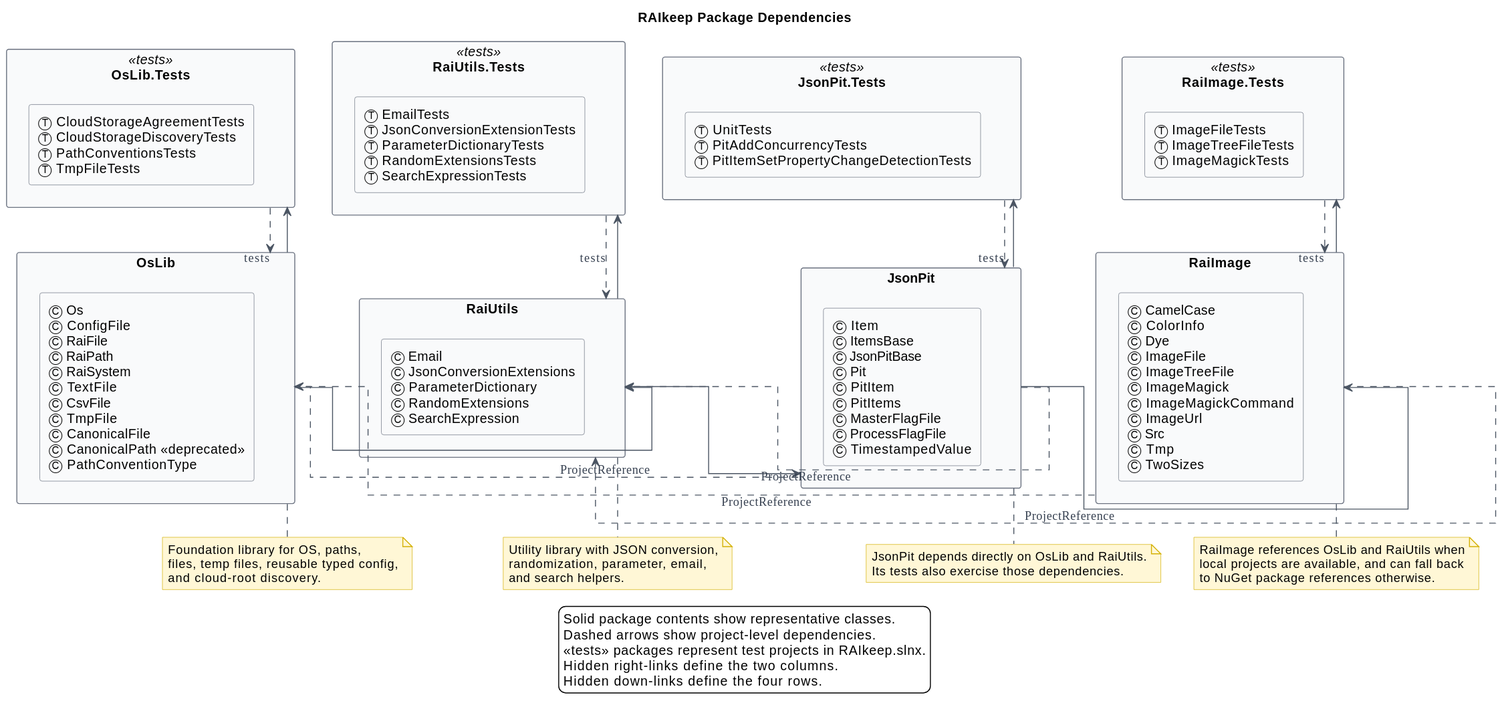
This is RAIkeep-Package-Dependencies.svg from Burkhardt/RAIkeep, a PlantUML export, as it was before one commit. The source it was exported from:
```plantuml
@startuml
title RAIkeep Package Dependencies

top to bottom direction

skinparam backgroundColor white
skinparam shadowing false
skinparam packageStyle rectangle
skinparam linetype ortho
skinparam DiagramFontName "Casual"
skinparam DiagramFontSize 36
skinparam ClassFontName "Casual"
skinparam ClassFontSize 28
skinparam ClassAttributeIconSize 10
skinparam ClassAttributeFontName Casual
skinparam ClassAttributeFontColor #053583
skinparam ClassAttributeFontWeight normal
skinparam ClassAttributeFontSize 12
skinparam ClassMethodFontName "Casual"
skinparam ClassMethodFontSize 12
skinparam ClassMethodFontWeight 500
skinparam ClassAttributeFontStyle normal
skinparam ArrowColor #4b5563
skinparam PackageBorderColor #1f2937
skinparam PackageFontColor #111827
skinparam PackageFontName "Casual"
skinparam ClassBorderColor #6b7280
skinparam ClassBackgroundColor #f9fafb
skinparam EnumBorderColor #b45309
skinparam EnumBackgroundColor #fef3c7
skinparam EnumFontColor #7c2d12
skinparam RectangleBorderColor #6b7280
skinparam RectangleBackgroundColor #f9fafb
skinparam NoteBackgroundColor #fff7d6
skinparam NoteBorderColor #d4b106
skinparam ArrowFontColor #374151
skinparam ArrowFontName "Casual"

package "OsLib" as P_OsLib {
	rectangle "Ⓒ Os\nⒸ ConfigFile\nⒸ RaiFile\nⒸ RaiPath\nⒸ RaiSystem\nⒸ TextFile\nⒸ CsvFile\nⒸ TmpFile\nⒸ CanonicalFile\nⒸ CanonicalPath <<deprecated>>\nⒸ PathConventionType" as M_OsLib
}

package "OsLib.Tests" <<tests>> as T_OsLib {
	rectangle "Ⓣ CloudStorageAgreementTests\nⓉ CloudStorageDiscoveryTests\nⓉ PathConventionsTests\nⓉ TmpFileTests" as M_T_OsLib
}

package "RaiUtils" as P_RaiUtils {
	rectangle "Ⓒ Email\nⒸ JsonConversionExtensions\nⒸ ParameterDictionary\nⒸ RandomExtensions\nⒸ SearchExpression" as M_RaiUtils
}

package "RaiUtils.Tests" <<tests>> as T_RaiUtils {
	rectangle "Ⓣ EmailTests\nⓉ JsonConversionExtensionTests\nⓉ ParameterDictionaryTests\nⓉ RandomExtensionsTests\nⓉ SearchExpressionTests" as M_T_RaiUtils
}

package "JsonPit" as P_JsonPit {
	rectangle "Ⓒ Item\nⒸ ItemsBase\nⒸ JsonPitBase\nⒸ Pit\nⒸ PitItem\nⒸ PitItems\nⒸ MasterFlagFile\nⒸ ProcessFlagFile\nⒸ TimestampedValue" as M_JsonPit
}

package "JsonPit.Tests" <<tests>> as T_JsonPit {
	rectangle "Ⓣ UnitTests\nⓉ PitAddConcurrencyTests\nⓉ PitItemSetPropertyChangeDetectionTests" as M_T_JsonPit
}

package "RaiImage" as P_RaiImage {
	rectangle "Ⓒ CamelCase\nⒸ ColorInfo\nⒸ Dye\nⒸ ImageFile\nⒸ ImageTreeFile\nⒸ ImageMagick\nⒸ ImageMagickCommand\nⒸ ImageUrl\nⒸ Src\nⒸ Tmp\nⒸ TwoSizes" as M_RaiImage
}

package "RaiImage.Tests" <<tests>> as T_RaiImage {
	rectangle "Ⓣ ImageFileTests\nⓉ ImageTreeFileTests\nⓉ ImageMagickTests" as M_T_RaiImage
}

P_OsLib -[norank]right-> T_OsLib
P_RaiUtils -[norank]right-> T_RaiUtils
P_JsonPit -[norank]right-> T_JsonPit
P_RaiImage -[norank]right-> T_RaiImage

P_OsLib -[norank]down-> P_RaiUtils
P_RaiUtils -[norank]down-> P_JsonPit
P_JsonPit -[norank]down-> P_RaiImage

P_JsonPit ..[norank]> P_OsLib : ProjectReference
P_JsonPit ..[norank]> P_RaiUtils : ProjectReference
P_RaiImage ..[norank]> P_OsLib : ProjectReference
P_RaiImage ..[norank]> P_RaiUtils : ProjectReference

T_OsLib ..> P_OsLib : tests
T_RaiUtils ..> P_RaiUtils : tests
T_JsonPit ..> P_JsonPit : tests
T_RaiImage ..> P_RaiImage : tests

note bottom of P_OsLib
	Foundation library for OS, paths,
	files, temp files, reusable typed config,
	and cloud-root discovery.
end note

note bottom of P_RaiUtils
	Utility library with JSON conversion,
	randomization, parameter, email,
	and search helpers.
end note

note bottom of P_JsonPit
	JsonPit depends directly on OsLib and RaiUtils.
	Its tests also exercise those dependencies.
end note

note bottom of P_RaiImage
	RaiImage references OsLib and RaiUtils when
	local projects are available, and can fall back
	to NuGet package references otherwise.
end note

legend bottom
	Solid package contents show representative classes.
	Dashed arrows show project-level dependencies.
	<<tests>> packages represent test projects in RAIkeep.slnx.
	Hidden right-links define the two columns.
	Hidden down-links define the four rows.
endlegend
@enduml
```
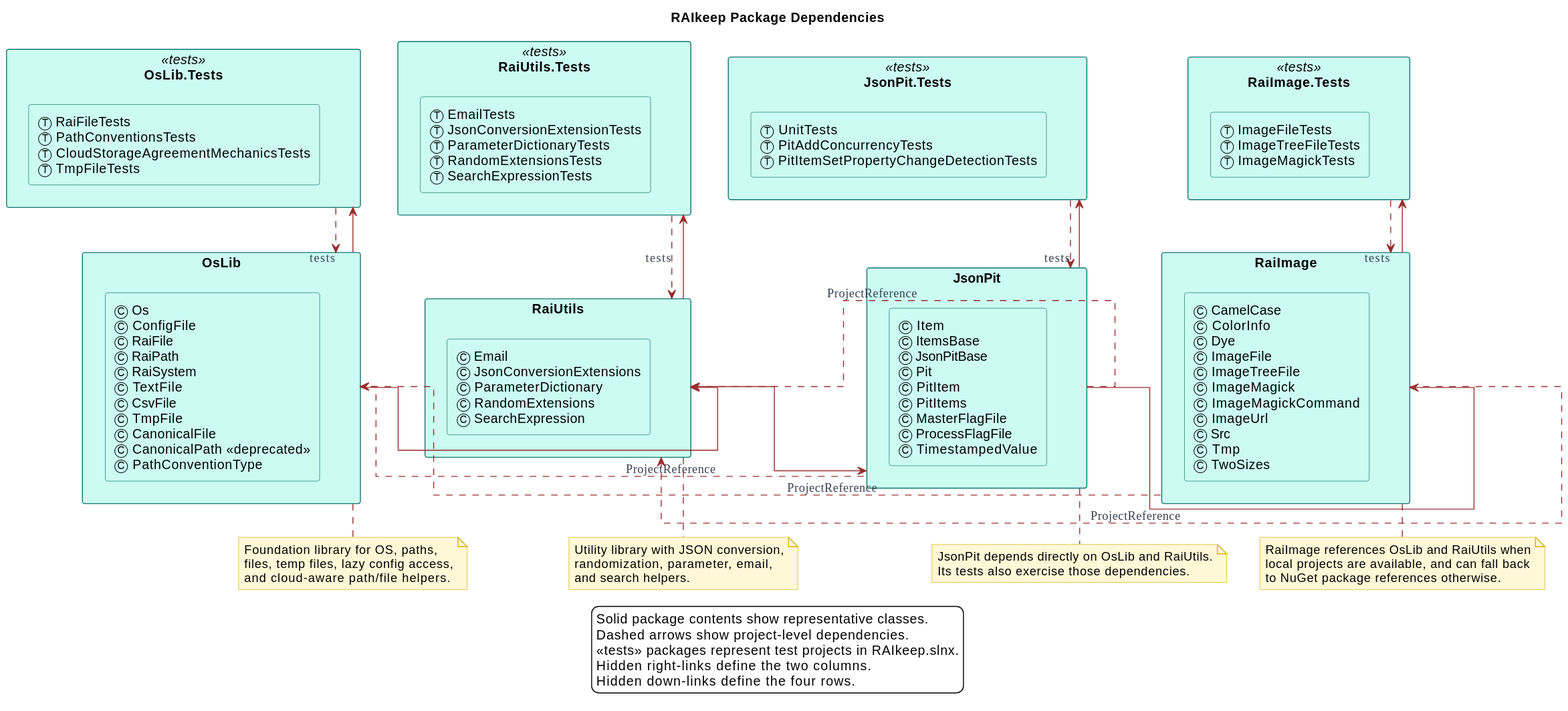
Above is the later version.

The edit, as a diff of the source:
```diff
@@ -20,17 +20,18 @@
 skinparam ClassMethodFontSize 12
 skinparam ClassMethodFontWeight 500
 skinparam ClassAttributeFontStyle normal
-skinparam ArrowColor #4b5563
-skinparam PackageBorderColor #1f2937
+skinparam ArrowColor #9b2c2c
+skinparam PackageBorderColor #0f766e
 skinparam PackageFontColor #111827
 skinparam PackageFontName "Casual"
-skinparam ClassBorderColor #6b7280
-skinparam ClassBackgroundColor #f9fafb
+skinparam PackageBackgroundColor #ccfbf1
+skinparam ClassBorderColor #0f766e
+skinparam ClassBackgroundColor #ccfbf1
 skinparam EnumBorderColor #b45309
 skinparam EnumBackgroundColor #fef3c7
 skinparam EnumFontColor #7c2d12
-skinparam RectangleBorderColor #6b7280
-skinparam RectangleBackgroundColor #f9fafb
+skinparam RectangleBorderColor #0f766e
+skinparam RectangleBackgroundColor #ccfbf1
 skinparam NoteBackgroundColor #fff7d6
 skinparam NoteBorderColor #d4b106
 skinparam ArrowFontColor #374151
@@ -41,7 +42,7 @@
 }
 
 package "OsLib.Tests" <<tests>> as T_OsLib {
-	rectangle "Ⓣ CloudStorageAgreementTests\nⓉ CloudStorageDiscoveryTests\nⓉ PathConventionsTests\nⓉ TmpFileTests" as M_T_OsLib
+	rectangle "Ⓣ RaiFileTests\nⓉ PathConventionsTests\nⓉ CloudStorageAgreementMechanicsTests\nⓉ TmpFileTests" as M_T_OsLib
 }
 
 package "RaiUtils" as P_RaiUtils {
@@ -89,8 +90,8 @@
 
 note bottom of P_OsLib
 	Foundation library for OS, paths,
-	files, temp files, reusable typed config,
-	and cloud-root discovery.
+	files, temp files, lazy config access,
+	and cloud-aware path/file helpers.
 end note
 
 note bottom of P_RaiUtils
```
